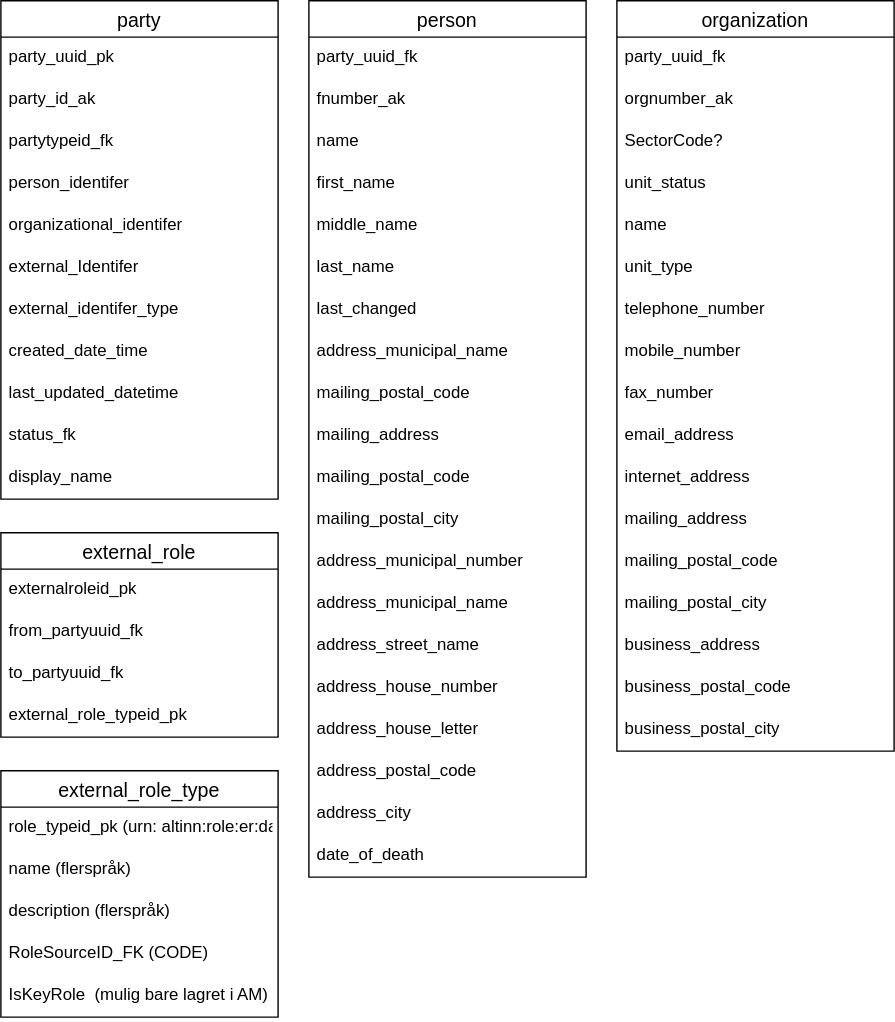
Earlier version of the draw.io export content/technology/solutions/altinn-platform/register/dbdesignaltinn3.drawio.svg (Altinn/altinn-studio-docs). Source tidied: cells renumbered, new cells last; positions are measured from the earlier drawing's top-left corner, leaving out a move shared by most shapes.
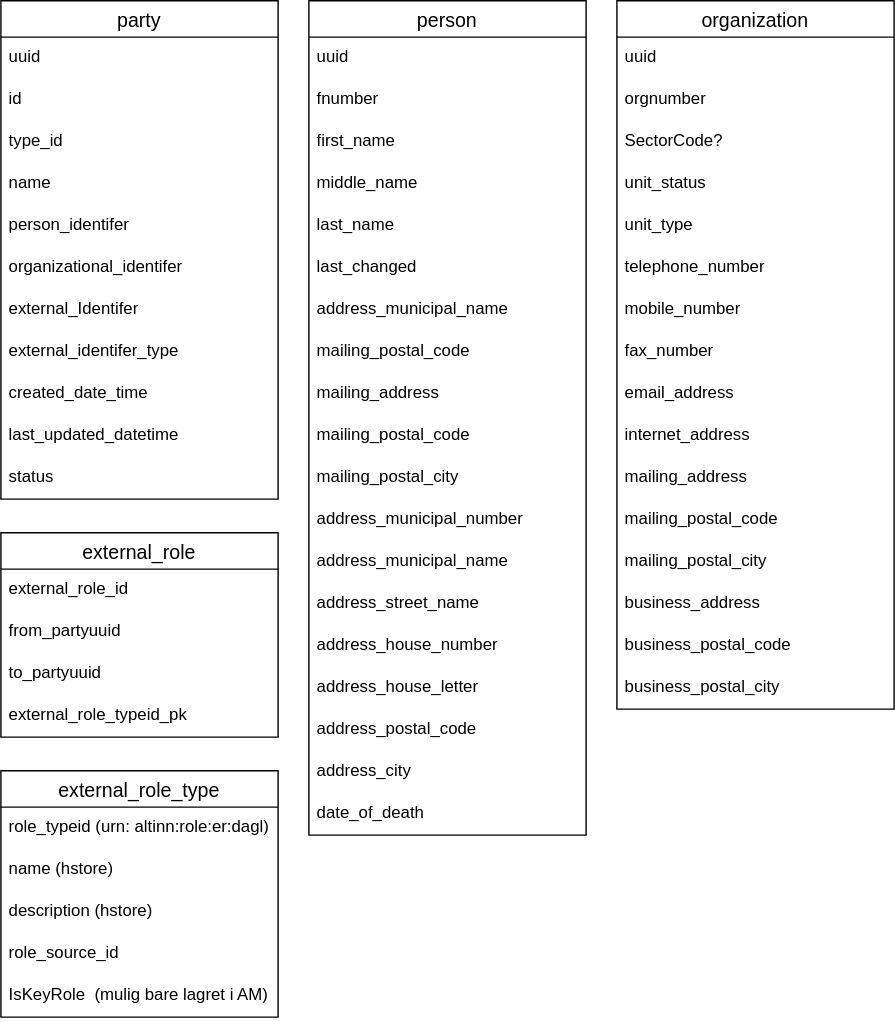
Later version of the same file.

What changed in the source:
```diff
@@ -5,109 +5,106 @@
     <mxCell id="2" value="party" style="swimlane;fontStyle=0;horizontal=1;startSize=26;align=center;fontSize=14;" parent="1" vertex="1">
       <mxGeometry width="198" height="356" as="geometry" />
     </mxCell>
-    <mxCell id="3" value="party_uuid_pk" style="text;strokeColor=none;fillColor=none;spacingLeft=4;spacingRight=4;overflow=hidden;fontSize=12;" parent="2" vertex="1">
+    <mxCell id="3" value="uuid" style="text;strokeColor=none;fillColor=none;spacingLeft=4;spacingRight=4;overflow=hidden;fontSize=12;" parent="2" vertex="1">
       <mxGeometry y="26" width="198" height="30" as="geometry" />
     </mxCell>
-    <mxCell id="4" value="party_id_ak" style="text;strokeColor=none;fillColor=none;spacingLeft=4;spacingRight=4;overflow=hidden;fontSize=12;" parent="2" vertex="1">
+    <mxCell id="4" value="id" style="text;strokeColor=none;fillColor=none;spacingLeft=4;spacingRight=4;overflow=hidden;fontSize=12;" parent="2" vertex="1">
       <mxGeometry y="56" width="198" height="30" as="geometry" />
     </mxCell>
-    <mxCell id="5" value="partytypeid_fk" style="text;strokeColor=none;fillColor=none;spacingLeft=4;spacingRight=4;overflow=hidden;fontSize=12;" parent="2" vertex="1">
+    <mxCell id="5" value="type_id" style="text;strokeColor=none;fillColor=none;spacingLeft=4;spacingRight=4;overflow=hidden;fontSize=12;" parent="2" vertex="1">
       <mxGeometry y="86" width="198" height="30" as="geometry" />
     </mxCell>
+    <mxCell id="13" value="name" style="text;strokeColor=none;fillColor=none;spacingLeft=4;spacingRight=4;overflow=hidden;fontSize=12;" parent="2" vertex="1">
+      <mxGeometry y="116" width="198" height="30" as="geometry" />
+    </mxCell>
     <mxCell id="6" value="person_identifer" style="text;strokeColor=none;fillColor=none;spacingLeft=4;spacingRight=4;overflow=hidden;fontSize=12;" parent="2" vertex="1">
-      <mxGeometry y="116" width="198" height="30" as="geometry" />
+      <mxGeometry y="146" width="198" height="30" as="geometry" />
     </mxCell>
     <mxCell id="7" value="organizational_identifer" style="text;strokeColor=none;fillColor=none;spacingLeft=4;spacingRight=4;overflow=hidden;fontSize=12;" parent="2" vertex="1">
-      <mxGeometry y="146" width="198" height="30" as="geometry" />
+      <mxGeometry y="176" width="198" height="30" as="geometry" />
     </mxCell>
     <mxCell id="8" value="external_Identifer" style="text;strokeColor=none;fillColor=none;spacingLeft=4;spacingRight=4;overflow=hidden;fontSize=12;" parent="2" vertex="1">
-      <mxGeometry y="176" width="198" height="30" as="geometry" />
+      <mxGeometry y="206" width="198" height="30" as="geometry" />
     </mxCell>
     <mxCell id="9" value="external_identifer_type" style="text;strokeColor=none;fillColor=none;spacingLeft=4;spacingRight=4;overflow=hidden;fontSize=12;" parent="2" vertex="1">
-      <mxGeometry y="206" width="198" height="30" as="geometry" />
+      <mxGeometry y="236" width="198" height="30" as="geometry" />
     </mxCell>
     <mxCell id="10" value="created_date_time" style="text;strokeColor=none;fillColor=none;spacingLeft=4;spacingRight=4;overflow=hidden;fontSize=12;" parent="2" vertex="1">
-      <mxGeometry y="236" width="198" height="30" as="geometry" />
+      <mxGeometry y="266" width="198" height="30" as="geometry" />
     </mxCell>
     <mxCell id="11" value="last_updated_datetime" style="text;strokeColor=none;fillColor=none;spacingLeft=4;spacingRight=4;overflow=hidden;fontSize=12;" parent="2" vertex="1">
-      <mxGeometry y="266" width="198" height="30" as="geometry" />
+      <mxGeometry y="296" width="198" height="30" as="geometry" />
     </mxCell>
-    <mxCell id="12" value="status_fk&#10;" style="text;strokeColor=none;fillColor=none;spacingLeft=4;spacingRight=4;overflow=hidden;fontSize=12;" parent="2" vertex="1">
-      <mxGeometry y="296" width="198" height="30" as="geometry" />
+    <mxCell id="12" value="status&#10;" style="text;strokeColor=none;fillColor=none;spacingLeft=4;spacingRight=4;overflow=hidden;fontSize=12;" parent="2" vertex="1">
+      <mxGeometry y="326" width="198" height="30" as="geometry" />
     </mxCell>
-    <mxCell id="13" value="display_name" style="text;strokeColor=none;fillColor=none;spacingLeft=4;spacingRight=4;overflow=hidden;fontSize=12;" parent="2" vertex="1">
-      <mxGeometry y="326" width="198" height="30" as="geometry" />
-    </mxCell>
     <mxCell id="14" value="person" style="swimlane;fontStyle=0;horizontal=1;startSize=26;align=center;fontSize=14;" parent="1" vertex="1">
-      <mxGeometry x="220" width="198" height="626" as="geometry" />
+      <mxGeometry x="220" width="198" height="596" as="geometry" />
     </mxCell>
-    <mxCell id="15" value="party_uuid_fk" style="text;strokeColor=none;fillColor=none;spacingLeft=4;spacingRight=4;overflow=hidden;fontSize=12;" parent="14" vertex="1">
+    <mxCell id="15" value="uuid" style="text;strokeColor=none;fillColor=none;spacingLeft=4;spacingRight=4;overflow=hidden;fontSize=12;" parent="14" vertex="1">
       <mxGeometry y="26" width="198" height="30" as="geometry" />
     </mxCell>
-    <mxCell id="16" value="fnumber_ak" style="text;strokeColor=none;fillColor=none;spacingLeft=4;spacingRight=4;overflow=hidden;fontSize=12;" parent="14" vertex="1">
+    <mxCell id="16" value="fnumber" style="text;strokeColor=none;fillColor=none;spacingLeft=4;spacingRight=4;overflow=hidden;fontSize=12;" parent="14" vertex="1">
       <mxGeometry y="56" width="198" height="30" as="geometry" />
     </mxCell>
-    <mxCell id="17" value="name" style="text;strokeColor=none;fillColor=none;spacingLeft=4;spacingRight=4;overflow=hidden;fontSize=12;" parent="14" vertex="1">
-      <mxGeometry y="86" width="198" height="30" as="geometry" />
-    </mxCell>
     <mxCell id="18" value="first_name" style="text;strokeColor=none;fillColor=none;spacingLeft=4;spacingRight=4;overflow=hidden;fontSize=12;" parent="14" vertex="1">
-      <mxGeometry y="116" width="198" height="30" as="geometry" />
+      <mxGeometry y="86" width="198" height="30" as="geometry" />
     </mxCell>
     <mxCell id="19" value="middle_name" style="text;strokeColor=none;fillColor=none;spacingLeft=4;spacingRight=4;overflow=hidden;fontSize=12;" parent="14" vertex="1">
-      <mxGeometry y="146" width="198" height="30" as="geometry" />
+      <mxGeometry y="116" width="198" height="30" as="geometry" />
     </mxCell>
     <mxCell id="20" value="last_name" style="text;strokeColor=none;fillColor=none;spacingLeft=4;spacingRight=4;overflow=hidden;fontSize=12;" parent="14" vertex="1">
-      <mxGeometry y="176" width="198" height="30" as="geometry" />
+      <mxGeometry y="146" width="198" height="30" as="geometry" />
     </mxCell>
     <mxCell id="21" value="last_changed" style="text;strokeColor=none;fillColor=none;spacingLeft=4;spacingRight=4;overflow=hidden;fontSize=12;" parent="14" vertex="1">
-      <mxGeometry y="206" width="198" height="30" as="geometry" />
+      <mxGeometry y="176" width="198" height="30" as="geometry" />
     </mxCell>
     <mxCell id="22" value="address_municipal_name " style="text;strokeColor=none;fillColor=none;spacingLeft=4;spacingRight=4;overflow=hidden;fontSize=12;" parent="14" vertex="1">
-      <mxGeometry y="236" width="198" height="30" as="geometry" />
+      <mxGeometry y="206" width="198" height="30" as="geometry" />
     </mxCell>
     <mxCell id="23" value="mailing_postal_code" style="text;strokeColor=none;fillColor=none;spacingLeft=4;spacingRight=4;overflow=hidden;fontSize=12;" parent="14" vertex="1">
-      <mxGeometry y="266" width="198" height="30" as="geometry" />
+      <mxGeometry y="236" width="198" height="30" as="geometry" />
     </mxCell>
     <mxCell id="24" value="mailing_address" style="text;strokeColor=none;fillColor=none;spacingLeft=4;spacingRight=4;overflow=hidden;fontSize=12;" parent="14" vertex="1">
-      <mxGeometry y="296" width="198" height="30" as="geometry" />
+      <mxGeometry y="266" width="198" height="30" as="geometry" />
     </mxCell>
     <mxCell id="25" value="mailing_postal_code" style="text;strokeColor=none;fillColor=none;spacingLeft=4;spacingRight=4;overflow=hidden;fontSize=12;" parent="14" vertex="1">
-      <mxGeometry y="326" width="198" height="30" as="geometry" />
+      <mxGeometry y="296" width="198" height="30" as="geometry" />
     </mxCell>
     <mxCell id="26" value="mailing_postal_city " style="text;strokeColor=none;fillColor=none;spacingLeft=4;spacingRight=4;overflow=hidden;fontSize=12;" parent="14" vertex="1">
-      <mxGeometry y="356" width="198" height="30" as="geometry" />
+      <mxGeometry y="326" width="198" height="30" as="geometry" />
     </mxCell>
     <mxCell id="27" value="address_municipal_number " style="text;strokeColor=none;fillColor=none;spacingLeft=4;spacingRight=4;overflow=hidden;fontSize=12;" parent="14" vertex="1">
-      <mxGeometry y="386" width="198" height="30" as="geometry" />
+      <mxGeometry y="356" width="198" height="30" as="geometry" />
     </mxCell>
     <mxCell id="28" value="address_municipal_name " style="text;strokeColor=none;fillColor=none;spacingLeft=4;spacingRight=4;overflow=hidden;fontSize=12;" parent="14" vertex="1">
-      <mxGeometry y="416" width="198" height="30" as="geometry" />
+      <mxGeometry y="386" width="198" height="30" as="geometry" />
     </mxCell>
     <mxCell id="29" value="address_street_name" style="text;strokeColor=none;fillColor=none;spacingLeft=4;spacingRight=4;overflow=hidden;fontSize=12;" parent="14" vertex="1">
-      <mxGeometry y="446" width="198" height="30" as="geometry" />
+      <mxGeometry y="416" width="198" height="30" as="geometry" />
     </mxCell>
     <mxCell id="30" value="address_house_number " style="text;strokeColor=none;fillColor=none;spacingLeft=4;spacingRight=4;overflow=hidden;fontSize=12;" parent="14" vertex="1">
-      <mxGeometry y="476" width="198" height="30" as="geometry" />
+      <mxGeometry y="446" width="198" height="30" as="geometry" />
     </mxCell>
     <mxCell id="31" value="address_house_letter " style="text;strokeColor=none;fillColor=none;spacingLeft=4;spacingRight=4;overflow=hidden;fontSize=12;" parent="14" vertex="1">
-      <mxGeometry y="506" width="198" height="30" as="geometry" />
+      <mxGeometry y="476" width="198" height="30" as="geometry" />
     </mxCell>
     <mxCell id="32" value="address_postal_code " style="text;strokeColor=none;fillColor=none;spacingLeft=4;spacingRight=4;overflow=hidden;fontSize=12;" parent="14" vertex="1">
-      <mxGeometry y="536" width="198" height="30" as="geometry" />
+      <mxGeometry y="506" width="198" height="30" as="geometry" />
     </mxCell>
     <mxCell id="33" value="address_city" style="text;strokeColor=none;fillColor=none;spacingLeft=4;spacingRight=4;overflow=hidden;fontSize=12;" parent="14" vertex="1">
-      <mxGeometry y="566" width="198" height="30" as="geometry" />
+      <mxGeometry y="536" width="198" height="30" as="geometry" />
     </mxCell>
     <mxCell id="34" value="date_of_death" style="text;strokeColor=none;fillColor=none;spacingLeft=4;spacingRight=4;overflow=hidden;fontSize=12;" parent="14" vertex="1">
-      <mxGeometry y="596" width="198" height="30" as="geometry" />
+      <mxGeometry y="566" width="198" height="30" as="geometry" />
     </mxCell>
     <mxCell id="35" value="organization" style="swimlane;fontStyle=0;horizontal=1;startSize=26;align=center;fontSize=14;" parent="1" vertex="1">
-      <mxGeometry x="440" width="198" height="536" as="geometry" />
+      <mxGeometry x="440" width="198" height="506" as="geometry" />
     </mxCell>
-    <mxCell id="36" value="party_uuid_fk" style="text;strokeColor=none;fillColor=none;spacingLeft=4;spacingRight=4;overflow=hidden;fontSize=12;" parent="35" vertex="1">
+    <mxCell id="36" value="uuid" style="text;strokeColor=none;fillColor=none;spacingLeft=4;spacingRight=4;overflow=hidden;fontSize=12;" parent="35" vertex="1">
       <mxGeometry y="26" width="198" height="30" as="geometry" />
     </mxCell>
-    <mxCell id="37" value="orgnumber_ak" style="text;strokeColor=none;fillColor=none;spacingLeft=4;spacingRight=4;overflow=hidden;fontSize=12;" parent="35" vertex="1">
+    <mxCell id="37" value="orgnumber" style="text;strokeColor=none;fillColor=none;spacingLeft=4;spacingRight=4;overflow=hidden;fontSize=12;" parent="35" vertex="1">
       <mxGeometry y="56" width="198" height="30" as="geometry" />
     </mxCell>
     <mxCell id="38" value="SectorCode?" style="text;strokeColor=none;fillColor=none;spacingLeft=4;spacingRight=4;overflow=hidden;fontSize=12;" parent="35" vertex="1">
@@ -116,55 +113,52 @@
     <mxCell id="39" value="unit_status" style="text;strokeColor=none;fillColor=none;spacingLeft=4;spacingRight=4;overflow=hidden;fontSize=12;" parent="35" vertex="1">
       <mxGeometry y="116" width="198" height="30" as="geometry" />
     </mxCell>
-    <mxCell id="40" value="name" style="text;strokeColor=none;fillColor=none;spacingLeft=4;spacingRight=4;overflow=hidden;fontSize=12;" parent="35" vertex="1">
-      <mxGeometry y="146" width="198" height="30" as="geometry" />
-    </mxCell>
     <mxCell id="41" value="unit_type" style="text;strokeColor=none;fillColor=none;spacingLeft=4;spacingRight=4;overflow=hidden;fontSize=12;" parent="35" vertex="1">
-      <mxGeometry y="176" width="198" height="30" as="geometry" />
+      <mxGeometry y="146" width="198" height="30" as="geometry" />
     </mxCell>
     <mxCell id="42" value="telephone_number" style="text;strokeColor=none;fillColor=none;spacingLeft=4;spacingRight=4;overflow=hidden;fontSize=12;" parent="35" vertex="1">
-      <mxGeometry y="206" width="198" height="30" as="geometry" />
+      <mxGeometry y="176" width="198" height="30" as="geometry" />
     </mxCell>
     <mxCell id="43" value="mobile_number" style="text;strokeColor=none;fillColor=none;spacingLeft=4;spacingRight=4;overflow=hidden;fontSize=12;" parent="35" vertex="1">
-      <mxGeometry y="236" width="198" height="30" as="geometry" />
+      <mxGeometry y="206" width="198" height="30" as="geometry" />
     </mxCell>
     <mxCell id="44" value="fax_number" style="text;strokeColor=none;fillColor=none;spacingLeft=4;spacingRight=4;overflow=hidden;fontSize=12;" parent="35" vertex="1">
-      <mxGeometry y="266" width="198" height="30" as="geometry" />
+      <mxGeometry y="236" width="198" height="30" as="geometry" />
     </mxCell>
     <mxCell id="45" value="email_address" style="text;strokeColor=none;fillColor=none;spacingLeft=4;spacingRight=4;overflow=hidden;fontSize=12;" parent="35" vertex="1">
-      <mxGeometry y="296" width="198" height="30" as="geometry" />
+      <mxGeometry y="266" width="198" height="30" as="geometry" />
     </mxCell>
     <mxCell id="46" value="internet_address" style="text;strokeColor=none;fillColor=none;spacingLeft=4;spacingRight=4;overflow=hidden;fontSize=12;" parent="35" vertex="1">
-      <mxGeometry y="326" width="198" height="30" as="geometry" />
+      <mxGeometry y="296" width="198" height="30" as="geometry" />
     </mxCell>
     <mxCell id="47" value="mailing_address " style="text;strokeColor=none;fillColor=none;spacingLeft=4;spacingRight=4;overflow=hidden;fontSize=12;" parent="35" vertex="1">
-      <mxGeometry y="356" width="198" height="30" as="geometry" />
+      <mxGeometry y="326" width="198" height="30" as="geometry" />
     </mxCell>
     <mxCell id="48" value="mailing_postal_code " style="text;strokeColor=none;fillColor=none;spacingLeft=4;spacingRight=4;overflow=hidden;fontSize=12;" parent="35" vertex="1">
-      <mxGeometry y="386" width="198" height="30" as="geometry" />
+      <mxGeometry y="356" width="198" height="30" as="geometry" />
     </mxCell>
     <mxCell id="49" value="mailing_postal_city " style="text;strokeColor=none;fillColor=none;spacingLeft=4;spacingRight=4;overflow=hidden;fontSize=12;" parent="35" vertex="1">
-      <mxGeometry y="416" width="198" height="30" as="geometry" />
+      <mxGeometry y="386" width="198" height="30" as="geometry" />
     </mxCell>
     <mxCell id="50" value="business_address" style="text;strokeColor=none;fillColor=none;spacingLeft=4;spacingRight=4;overflow=hidden;fontSize=12;" parent="35" vertex="1">
-      <mxGeometry y="446" width="198" height="30" as="geometry" />
+      <mxGeometry y="416" width="198" height="30" as="geometry" />
     </mxCell>
     <mxCell id="51" value="business_postal_code" style="text;strokeColor=none;fillColor=none;spacingLeft=4;spacingRight=4;overflow=hidden;fontSize=12;" parent="35" vertex="1">
-      <mxGeometry y="476" width="198" height="30" as="geometry" />
+      <mxGeometry y="446" width="198" height="30" as="geometry" />
     </mxCell>
     <mxCell id="52" value="business_postal_city" style="text;strokeColor=none;fillColor=none;spacingLeft=4;spacingRight=4;overflow=hidden;fontSize=12;" parent="35" vertex="1">
-      <mxGeometry y="506" width="198" height="30" as="geometry" />
+      <mxGeometry y="476" width="198" height="30" as="geometry" />
     </mxCell>
     <mxCell id="53" value="external_role" style="swimlane;fontStyle=0;horizontal=1;startSize=26;align=center;fontSize=14;" parent="1" vertex="1">
       <mxGeometry y="380" width="198" height="146" as="geometry" />
     </mxCell>
-    <mxCell id="54" value="externalroleid_pk" style="text;strokeColor=none;fillColor=none;spacingLeft=4;spacingRight=4;overflow=hidden;fontSize=12;" parent="53" vertex="1">
+    <mxCell id="54" value="external_role_id" style="text;strokeColor=none;fillColor=none;spacingLeft=4;spacingRight=4;overflow=hidden;fontSize=12;" parent="53" vertex="1">
       <mxGeometry y="26" width="198" height="30" as="geometry" />
     </mxCell>
-    <mxCell id="55" value="from_partyuuid_fk" style="text;strokeColor=none;fillColor=none;spacingLeft=4;spacingRight=4;overflow=hidden;fontSize=12;" parent="53" vertex="1">
+    <mxCell id="55" value="from_partyuuid" style="text;strokeColor=none;fillColor=none;spacingLeft=4;spacingRight=4;overflow=hidden;fontSize=12;" parent="53" vertex="1">
       <mxGeometry y="56" width="198" height="30" as="geometry" />
     </mxCell>
-    <mxCell id="56" value="to_partyuuid_fk" style="text;strokeColor=none;fillColor=none;spacingLeft=4;spacingRight=4;overflow=hidden;fontSize=12;" parent="53" vertex="1">
+    <mxCell id="56" value="to_partyuuid" style="text;strokeColor=none;fillColor=none;spacingLeft=4;spacingRight=4;overflow=hidden;fontSize=12;" parent="53" vertex="1">
       <mxGeometry y="86" width="198" height="30" as="geometry" />
     </mxCell>
     <mxCell id="57" value="external_role_typeid_pk" style="text;strokeColor=none;fillColor=none;spacingLeft=4;spacingRight=4;overflow=hidden;fontSize=12;" parent="53" vertex="1">
@@ -173,16 +167,16 @@
     <mxCell id="58" value="external_role_type" style="swimlane;fontStyle=0;horizontal=1;startSize=26;align=center;fontSize=14;" parent="1" vertex="1">
       <mxGeometry y="550" width="198" height="176" as="geometry" />
     </mxCell>
-    <mxCell id="59" value="role_typeid_pk (urn: altinn:role:er:dagl)" style="text;strokeColor=none;fillColor=none;spacingLeft=4;spacingRight=4;overflow=hidden;fontSize=12;" parent="58" vertex="1">
+    <mxCell id="59" value="role_typeid (urn: altinn:role:er:dagl)" style="text;strokeColor=none;fillColor=none;spacingLeft=4;spacingRight=4;overflow=hidden;fontSize=12;" parent="58" vertex="1">
       <mxGeometry y="26" width="198" height="30" as="geometry" />
     </mxCell>
-    <mxCell id="60" value="name (flerspråk)" style="text;strokeColor=none;fillColor=none;spacingLeft=4;spacingRight=4;overflow=hidden;fontSize=12;" parent="58" vertex="1">
+    <mxCell id="60" value="name (hstore)" style="text;strokeColor=none;fillColor=none;spacingLeft=4;spacingRight=4;overflow=hidden;fontSize=12;" parent="58" vertex="1">
       <mxGeometry y="56" width="198" height="30" as="geometry" />
     </mxCell>
-    <mxCell id="61" value="description (flerspråk)" style="text;strokeColor=none;fillColor=none;spacingLeft=4;spacingRight=4;overflow=hidden;fontSize=12;" parent="58" vertex="1">
+    <mxCell id="61" value="description (hstore)" style="text;strokeColor=none;fillColor=none;spacingLeft=4;spacingRight=4;overflow=hidden;fontSize=12;" parent="58" vertex="1">
       <mxGeometry y="86" width="198" height="30" as="geometry" />
     </mxCell>
-    <mxCell id="62" value="RoleSourceID_FK (CODE)" style="text;strokeColor=none;fillColor=none;spacingLeft=4;spacingRight=4;overflow=hidden;fontSize=12;" parent="58" vertex="1">
+    <mxCell id="62" value="role_source_id" style="text;strokeColor=none;fillColor=none;spacingLeft=4;spacingRight=4;overflow=hidden;fontSize=12;" parent="58" vertex="1">
       <mxGeometry y="116" width="198" height="30" as="geometry" />
     </mxCell>
     <mxCell id="63" value="IsKeyRole  (mulig bare lagret i AM)" style="text;strokeColor=none;fillColor=none;spacingLeft=4;spacingRight=4;overflow=hidden;fontSize=12;" parent="58" vertex="1">
```
